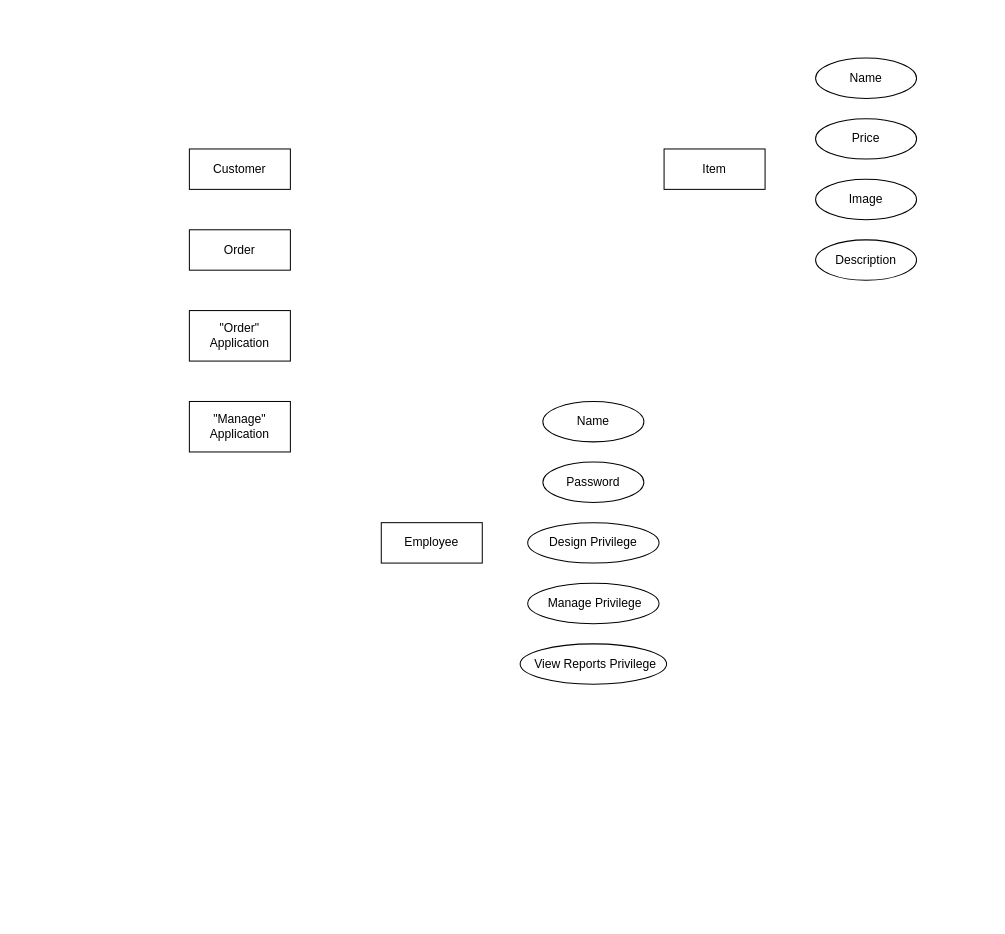
Before: DOCS/Diagrams/Traditional ERD Diagram.drawio in alexxGmZ/MenuMaApp, a draw.io diagram. Source tidied: cells renumbered, new cells numbered last; positions are measured from the earlier drawing's top-left corner, leaving out a move shared by most shapes. Both pictures are drawn from the tidied source at 101%, with x=0, y=0 at pixel (189, 58).
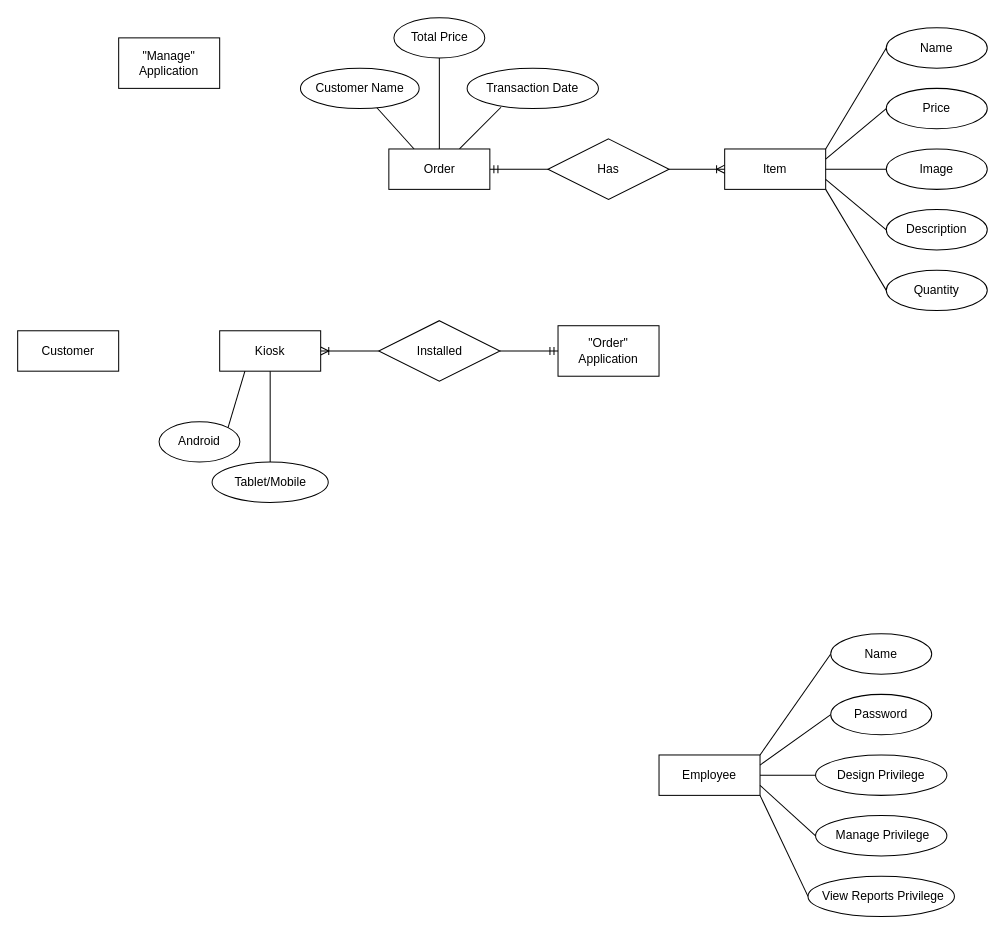
The same page after the edit.

Commit message:
diagram(erd): initial relationships between entities

The edit, as a diff of the source:
```diff
@@
     <mxCell id="2" value="Name" style="ellipse;whiteSpace=wrap;html=1;align=center;" parent="1" vertex="1">
-      <mxGeometry x="620" width="100" height="40" as="geometry" />
+      <mxGeometry x="690" y="-30" width="100" height="40" as="geometry" />
     </mxCell>
+    <mxCell id="17" style="edgeStyle=none;html=1;exitX=1;exitY=1;exitDx=0;exitDy=0;entryX=0;entryY=0.5;entryDx=0;entryDy=0;endArrow=none;endFill=0;" parent="1" edge="1" source="3" target="32">
+      <mxGeometry relative="1" as="geometry" />
+    </mxCell>
     <mxCell id="3" value="Item" style="whiteSpace=wrap;html=1;align=center;" parent="1" vertex="1">
-      <mxGeometry x="470" y="90" width="100" height="40" as="geometry" />
+      <mxGeometry x="530" y="90" width="100" height="40" as="geometry" />
     </mxCell>
     <mxCell id="4" value="Customer" style="whiteSpace=wrap;html=1;align=center;" parent="1" vertex="1">
-      <mxGeometry y="90" width="100" height="40" as="geometry" />
+      <mxGeometry x="-170" y="270" width="100" height="40" as="geometry" />
     </mxCell>
+    <mxCell id="18" style="edgeStyle=none;html=1;exitX=1;exitY=0;exitDx=0;exitDy=0;entryX=0;entryY=0.5;entryDx=0;entryDy=0;endArrow=none;endFill=0;" parent="1" edge="1" source="5" target="9">
+      <mxGeometry relative="1" as="geometry" />
+    </mxCell>
     <mxCell id="5" value="Employee" style="whiteSpace=wrap;html=1;align=center;" parent="1" vertex="1">
-      <mxGeometry x="190" y="460" width="100" height="40" as="geometry" />
+      <mxGeometry x="465" y="690" width="100" height="40" as="geometry" />
     </mxCell>
     <mxCell id="6" value="Price" style="ellipse;whiteSpace=wrap;html=1;align=center;" parent="1" vertex="1">
-      <mxGeometry x="620" y="60" width="100" height="40" as="geometry" />
+      <mxGeometry x="690" y="30" width="100" height="40" as="geometry" />
     </mxCell>
     <mxCell id="7" value="Image" style="ellipse;whiteSpace=wrap;html=1;align=center;" parent="1" vertex="1">
-      <mxGeometry x="620" y="120" width="100" height="40" as="geometry" />
+      <mxGeometry x="690" y="90" width="100" height="40" as="geometry" />
     </mxCell>
     <mxCell id="8" value="Description" style="ellipse;whiteSpace=wrap;html=1;align=center;" parent="1" vertex="1">
-      <mxGeometry x="620" y="180" width="100" height="40" as="geometry" />
+      <mxGeometry x="690" y="150" width="100" height="40" as="geometry" />
     </mxCell>
     <mxCell id="9" value="Name" style="ellipse;whiteSpace=wrap;html=1;align=center;" parent="1" vertex="1">
-      <mxGeometry x="350" y="340" width="100" height="40" as="geometry" />
+      <mxGeometry x="635" y="570" width="100" height="40" as="geometry" />
     </mxCell>
     <mxCell id="10" value="Password" style="ellipse;whiteSpace=wrap;html=1;align=center;" parent="1" vertex="1">
-      <mxGeometry x="350" y="400" width="100" height="40" as="geometry" />
+      <mxGeometry x="635" y="630" width="100" height="40" as="geometry" />
     </mxCell>
     <mxCell id="11" value="Design Privilege" style="ellipse;whiteSpace=wrap;html=1;align=center;" parent="1" vertex="1">
-      <mxGeometry x="335" y="460" width="130" height="40" as="geometry" />
+      <mxGeometry x="620" y="690" width="130" height="40" as="geometry" />
     </mxCell>
     <mxCell id="12" value="&amp;nbsp;Manage Privilege" style="ellipse;whiteSpace=wrap;html=1;align=center;" parent="1" vertex="1">
-      <mxGeometry x="335" y="520" width="130" height="40" as="geometry" />
+      <mxGeometry x="620" y="750" width="130" height="40" as="geometry" />
     </mxCell>
     <mxCell id="13" value="&amp;nbsp;View Reports Privilege" style="ellipse;whiteSpace=wrap;html=1;align=center;" parent="1" vertex="1">
-      <mxGeometry x="327.5" y="580" width="145" height="40" as="geometry" />
+      <mxGeometry x="612.5" y="810" width="145" height="40" as="geometry" />
     </mxCell>
+    <mxCell id="19" style="edgeStyle=none;html=1;entryX=0.5;entryY=1;entryDx=0;entryDy=0;endArrow=none;endFill=0;exitX=0.5;exitY=0;exitDx=0;exitDy=0;" parent="1" edge="1" source="14" target="33">
+      <mxGeometry relative="1" as="geometry" />
+    </mxCell>
+    <mxCell id="20" style="edgeStyle=none;html=1;entryX=0.258;entryY=0.967;entryDx=0;entryDy=0;endArrow=none;endFill=0;entryPerimeter=0;" parent="1" edge="1" source="14" target="27">
+      <mxGeometry relative="1" as="geometry" />
+    </mxCell>
+    <mxCell id="21" style="edgeStyle=none;html=1;exitX=0.25;exitY=0;exitDx=0;exitDy=0;endArrow=none;endFill=0;" parent="1" edge="1" source="14" target="34">
+      <mxGeometry relative="1" as="geometry" />
+    </mxCell>
+    <mxCell id="22" style="edgeStyle=none;html=1;exitX=1;exitY=0.5;exitDx=0;exitDy=0;endArrow=none;endFill=0;startArrow=ERmandOne;startFill=0;" parent="1" edge="1" source="14" target="36">
+      <mxGeometry relative="1" as="geometry" />
+    </mxCell>
     <mxCell id="14" value="Order" style="whiteSpace=wrap;html=1;align=center;" parent="1" vertex="1">
-      <mxGeometry y="170" width="100" height="40" as="geometry" />
+      <mxGeometry x="197.5" y="90" width="100" height="40" as="geometry" />
     </mxCell>
+    <mxCell id="16" value="&quot;Manage&quot; Application" style="whiteSpace=wrap;html=1;align=center;" parent="1" vertex="1">
+      <mxGeometry x="-70" y="-20" width="100" height="50" as="geometry" />
+    </mxCell>
+    <mxCell id="23" style="endArrow=none;html=1;rounded=0;exitX=1;exitY=0.5;exitDx=0;exitDy=0;entryX=0;entryY=0.5;entryDx=0;entryDy=0;" parent="1" edge="1" source="5" target="11">
+      <mxGeometry relative="1" as="geometry" />
+    </mxCell>
+    <mxCell id="24" style="endArrow=none;html=1;rounded=0;exitX=1;exitY=0.75;exitDx=0;exitDy=0;entryX=0;entryY=0.5;entryDx=0;entryDy=0;" parent="1" edge="1" source="5" target="12">
+      <mxGeometry relative="1" as="geometry" />
+    </mxCell>
+    <mxCell id="25" style="endArrow=none;html=1;rounded=0;exitX=1;exitY=0.25;exitDx=0;exitDy=0;entryX=0;entryY=0.5;entryDx=0;entryDy=0;" parent="1" edge="1" source="5" target="10">
+      <mxGeometry relative="1" as="geometry" />
+    </mxCell>
+    <mxCell id="26" style="endArrow=none;html=1;rounded=0;exitX=1;exitY=1;exitDx=0;exitDy=0;entryX=0;entryY=0.5;entryDx=0;entryDy=0;" parent="1" edge="1" source="5" target="13">
+      <mxGeometry relative="1" as="geometry" />
+    </mxCell>
+    <mxCell id="27" value="Transaction Date" style="ellipse;whiteSpace=wrap;html=1;align=center;" parent="1" vertex="1">
+      <mxGeometry x="275" y="10" width="130" height="40" as="geometry" />
+    </mxCell>
+    <mxCell id="28" style="endArrow=none;html=1;rounded=0;exitX=1;exitY=0.5;exitDx=0;exitDy=0;entryX=0;entryY=0.5;entryDx=0;entryDy=0;" parent="1" edge="1" source="3" target="7">
+      <mxGeometry relative="1" as="geometry" />
+    </mxCell>
+    <mxCell id="29" style="endArrow=none;html=1;rounded=0;entryX=0;entryY=0.5;entryDx=0;entryDy=0;" parent="1" edge="1" target="8">
+      <mxGeometry relative="1" as="geometry">
+        <mxPoint x="630" y="120" as="sourcePoint" />
+      </mxGeometry>
+    </mxCell>
+    <mxCell id="30" style="endArrow=none;html=1;rounded=0;exitX=1;exitY=0.25;exitDx=0;exitDy=0;entryX=0;entryY=0.5;entryDx=0;entryDy=0;" parent="1" edge="1" source="3" target="6">
+      <mxGeometry relative="1" as="geometry" />
+    </mxCell>
+    <mxCell id="31" style="endArrow=none;html=1;rounded=0;exitX=1;exitY=0;exitDx=0;exitDy=0;entryX=0;entryY=0.5;entryDx=0;entryDy=0;" parent="1" edge="1" source="3" target="2">
+      <mxGeometry relative="1" as="geometry" />
+    </mxCell>
+    <mxCell id="32" value="Quantity" style="ellipse;whiteSpace=wrap;html=1;align=center;" parent="1" vertex="1">
+      <mxGeometry x="690" y="210" width="100" height="40" as="geometry" />
+    </mxCell>
+    <mxCell id="33" value="Total Price" style="ellipse;whiteSpace=wrap;html=1;align=center;" parent="1" vertex="1">
+      <mxGeometry x="202.5" y="-40" width="90" height="40" as="geometry" />
+    </mxCell>
+    <mxCell id="34" value="Customer Name" style="ellipse;whiteSpace=wrap;html=1;align=center;" parent="1" vertex="1">
+      <mxGeometry x="110" y="10" width="117.5" height="40" as="geometry" />
+    </mxCell>
+    <mxCell id="35" style="edgeStyle=none;html=1;exitX=1;exitY=0.5;exitDx=0;exitDy=0;entryX=0;entryY=0.5;entryDx=0;entryDy=0;endArrow=ERoneToMany;endFill=0;" parent="1" edge="1" source="36" target="3">
+      <mxGeometry relative="1" as="geometry" />
+    </mxCell>
+    <mxCell id="36" value="Has" style="shape=rhombus;perimeter=rhombusPerimeter;whiteSpace=wrap;html=1;align=center;" parent="1" vertex="1">
+      <mxGeometry x="355" y="80" width="120" height="60" as="geometry" />
+    </mxCell>
+    <mxCell id="37" style="edgeStyle=none;html=1;exitX=1;exitY=0.5;exitDx=0;exitDy=0;startArrow=ERoneToMany;startFill=0;endArrow=none;endFill=0;" parent="1" edge="1" source="38" target="44">
+      <mxGeometry relative="1" as="geometry" />
+    </mxCell>
+    <mxCell id="38" value="Kiosk" style="whiteSpace=wrap;html=1;align=center;" parent="1" vertex="1">
+      <mxGeometry x="30" y="270" width="100" height="40" as="geometry" />
+    </mxCell>
+    <mxCell id="39" value="Android" style="ellipse;whiteSpace=wrap;html=1;align=center;" parent="1" vertex="1">
+      <mxGeometry x="-30" y="360" width="80" height="40" as="geometry" />
+    </mxCell>
+    <mxCell id="40" value="Tablet/Mobile" style="ellipse;whiteSpace=wrap;html=1;align=center;" parent="1" vertex="1">
+      <mxGeometry x="22.5" y="400" width="115" height="40" as="geometry" />
+    </mxCell>
+    <mxCell id="41" style="endArrow=none;html=1;rounded=0;exitX=0.5;exitY=1;exitDx=0;exitDy=0;entryX=0.5;entryY=0;entryDx=0;entryDy=0;" parent="1" edge="1" source="38" target="40">
+      <mxGeometry relative="1" as="geometry" />
+    </mxCell>
+    <mxCell id="42" style="endArrow=none;html=1;rounded=0;exitX=0.25;exitY=1;exitDx=0;exitDy=0;entryX=1;entryY=0;entryDx=0;entryDy=0;" parent="1" edge="1" source="38" target="39">
+      <mxGeometry relative="1" as="geometry" />
+    </mxCell>
     <mxCell id="15" value="&quot;Order&quot; Application" style="whiteSpace=wrap;html=1;align=center;" parent="1" vertex="1">
-      <mxGeometry y="250" width="100" height="50" as="geometry" />
+      <mxGeometry x="365" y="265" width="100" height="50" as="geometry" />
     </mxCell>
-    <mxCell id="16" value="&quot;Manage&quot; Application" style="whiteSpace=wrap;html=1;align=center;" parent="1" vertex="1">
-      <mxGeometry y="340" width="100" height="50" as="geometry" />
-    </mxCell>
+    <mxCell id="43" style="edgeStyle=none;html=1;exitX=1;exitY=0.5;exitDx=0;exitDy=0;entryX=0;entryY=0.5;entryDx=0;entryDy=0;startArrow=none;startFill=0;endArrow=ERmandOne;endFill=0;" parent="1" edge="1" source="44" target="15">
+      <mxGeometry relative="1" as="geometry" />
+    </mxCell>
+    <mxCell id="44" value="Installed" style="shape=rhombus;perimeter=rhombusPerimeter;whiteSpace=wrap;html=1;align=center;" parent="1" vertex="1">
+      <mxGeometry x="187.5" y="260" width="120" height="60" as="geometry" />
+    </mxCell>
```
